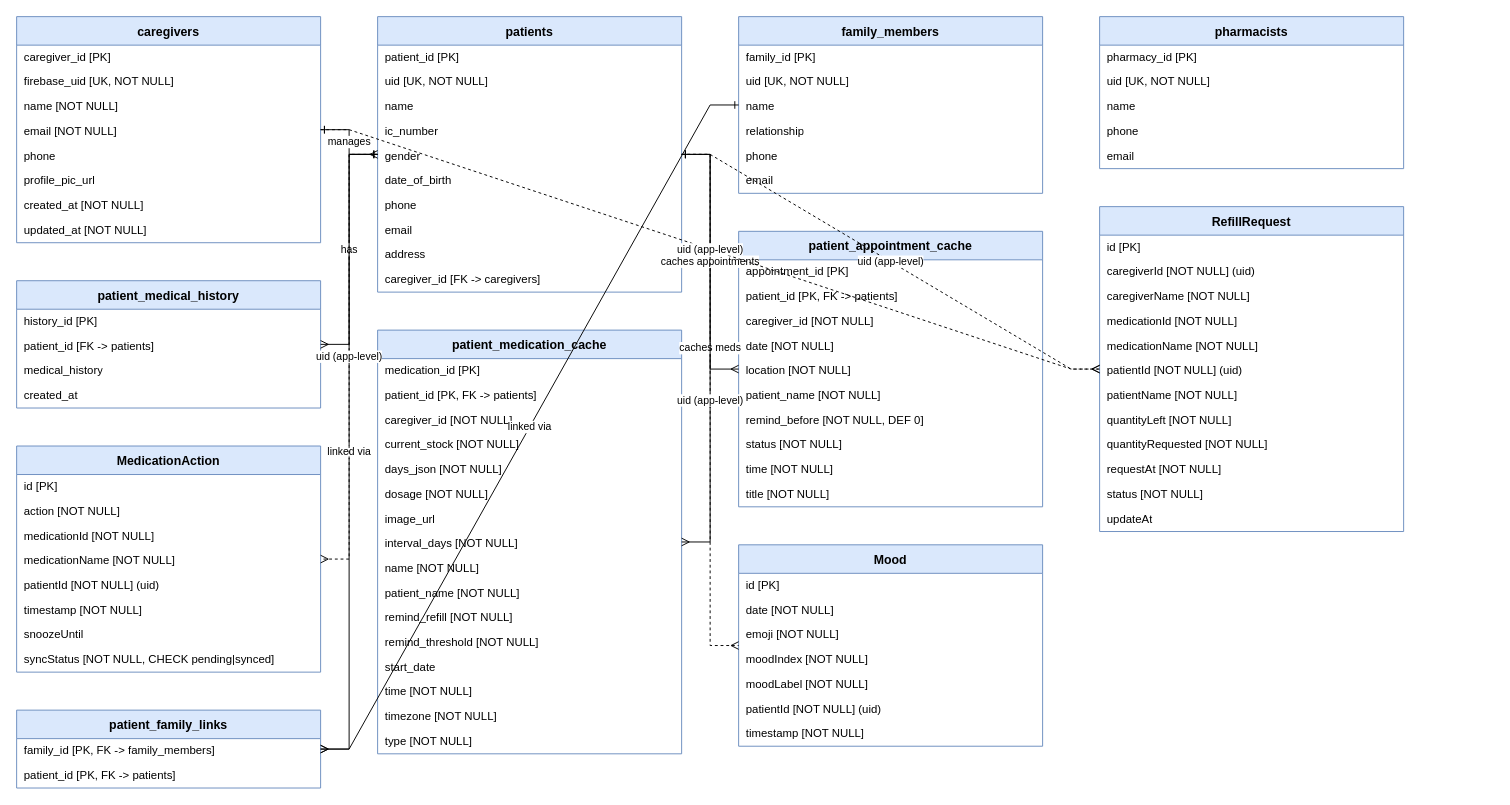
Ciki06/medicare keeps this draw.io diagram as docs/medicare_local_db_erd.drawio. Above is the earlier version. Source tidied: cells renumbered, new cells numbered last; positions are measured from the earlier drawing's top-left corner, leaving out a move shared by most shapes. Both pictures are drawn from the tidied source at 95%, with x=0, y=0 at pixel (16, 16).
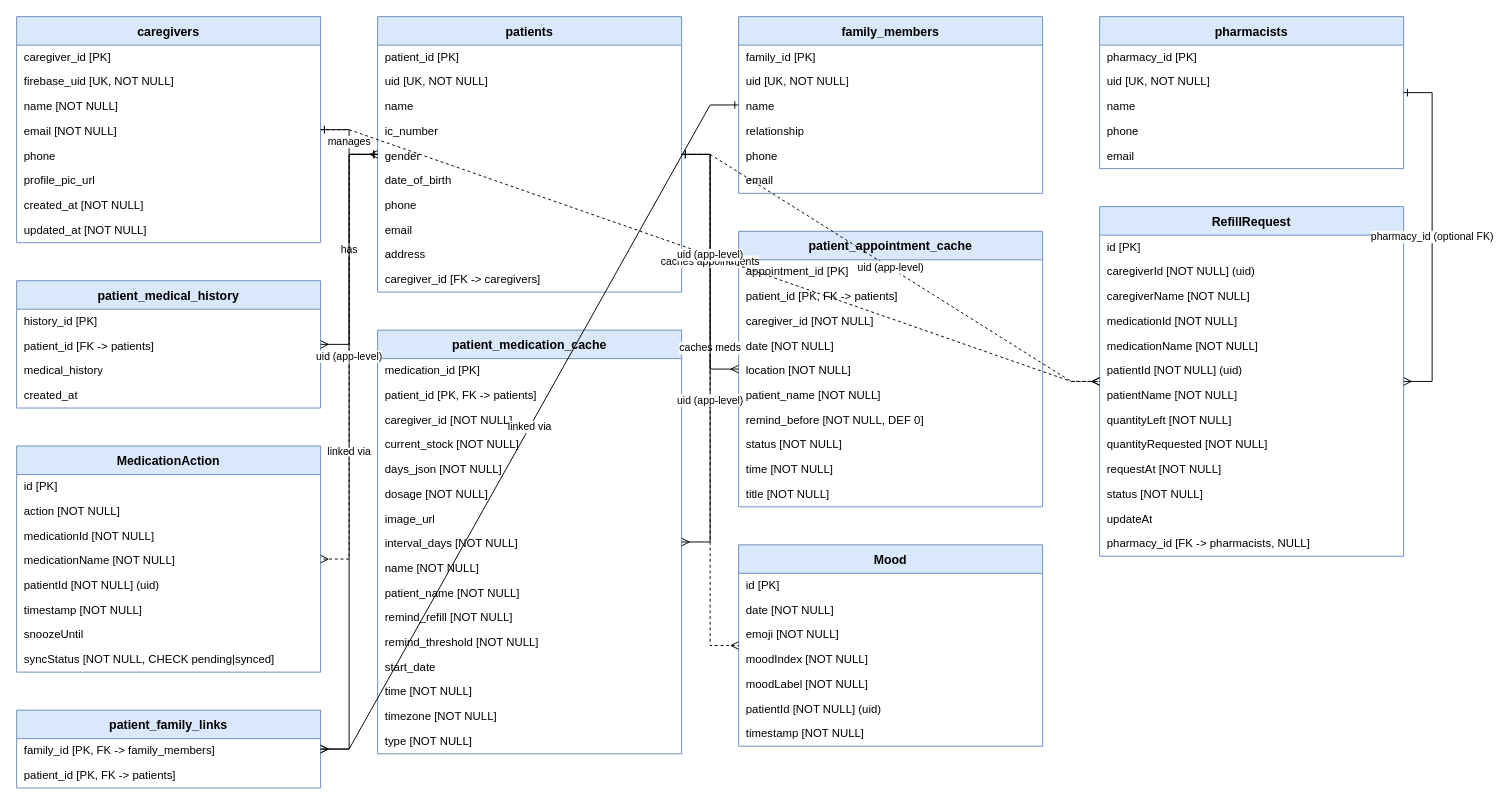
Above is the later version.

The change refers to these unchanged cells:
```xml
<mxCell id="53" value="pharmacists" style="shape=table;startSize=30;childLayout=tableLayout;rowLines=0;fontStyle=1;align=center;fontSize=13;fillColor=#dae8fc;strokeColor=#6c8ebf;" parent="1" vertex="1">
  <mxGeometry x="1140" width="320" height="160" as="geometry" />
</mxCell>
```

Diff of the diagram source:
```diff
@@
     <mxCell id="159" value="RefillRequest" style="shape=table;startSize=30;childLayout=tableLayout;rowLines=0;fontStyle=1;align=center;fontSize=13;fillColor=#dae8fc;strokeColor=#6c8ebf;" parent="1" vertex="1">
-      <mxGeometry x="1140" y="200" width="320" height="342" as="geometry" />
+      <mxGeometry x="1140" y="200" width="320" height="368" as="geometry" />
     </mxCell>
@@
+    <mxCell id="199" style="shape=tableRow;horizontal=0;startSize=0;swimlaneHead=0;swimlaneBody=0;strokeColor=inherit;top=0;left=0;bottom=0;right=0;fillColor=none;fontSize=12;" parent="159" vertex="1">
+      <mxGeometry y="342" width="320" height="26" as="geometry" />
+    </mxCell>
+    <mxCell id="200" value="pharmacy_id  [FK -&gt; pharmacists, NULL]" style="shape=partialRectangle;html=1;whiteSpace=wrap;strokeColor=inherit;overflow=hidden;fillColor=none;top=0;left=0;bottom=0;right=0;fontSize=12;align=left;spacingLeft=6;" parent="199" vertex="1">
+      <mxGeometry width="320" height="26" as="geometry" />
+    </mxCell>
@@
+    <mxCell id="201" value="pharmacy_id (optional FK)" style="edgeStyle=entityRelationEdgeStyle;fontSize=11;html=1;endArrow=ERmany;startArrow=ERone;rounded=0;" parent="1" edge="1" source="53" target="159">
+      <mxGeometry relative="1" as="geometry" />
+    </mxCell>
```
